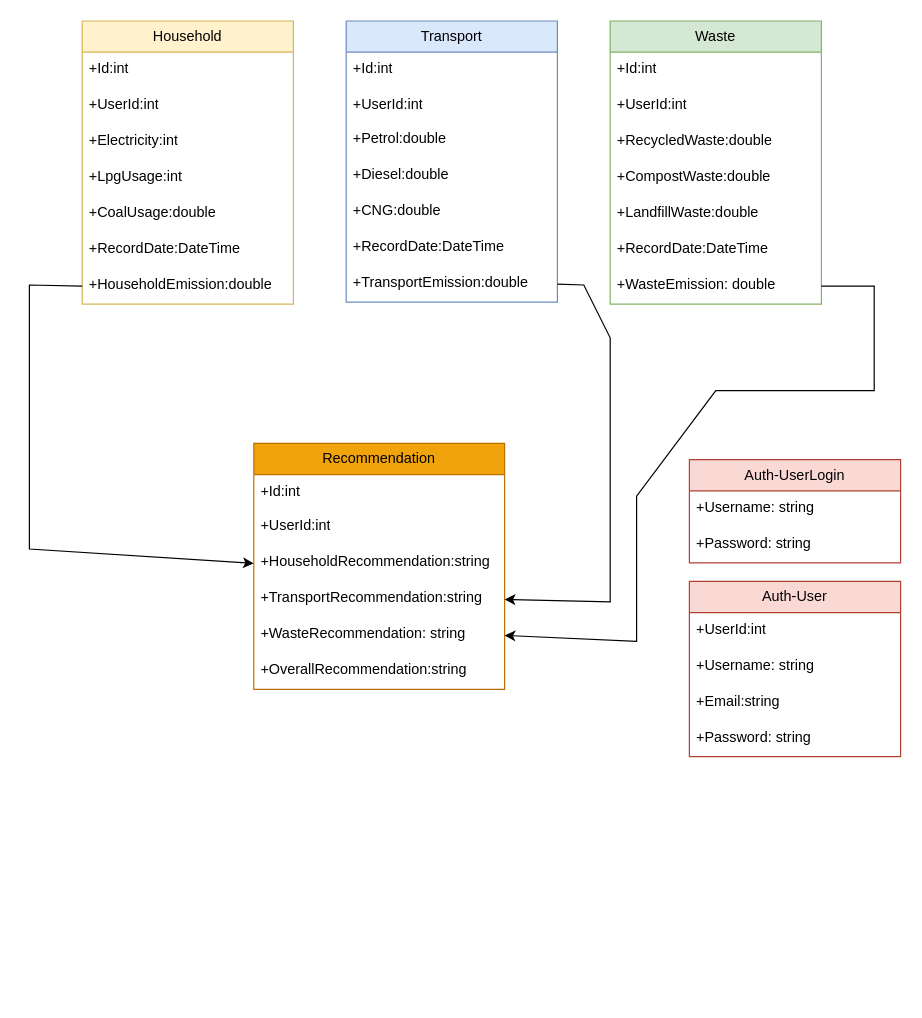
Before: UML Diagrams/class diagram.drawio in 3ismartyash/EcoLife, a draw.io diagram. Source tidied: cells renumbered, new cells numbered last; positions are measured from the earlier drawing's top-left corner, leaving out a move shared by most shapes. Both pictures are drawn from the tidied source at 120%, with x=0, y=0 at pixel (29, 20).
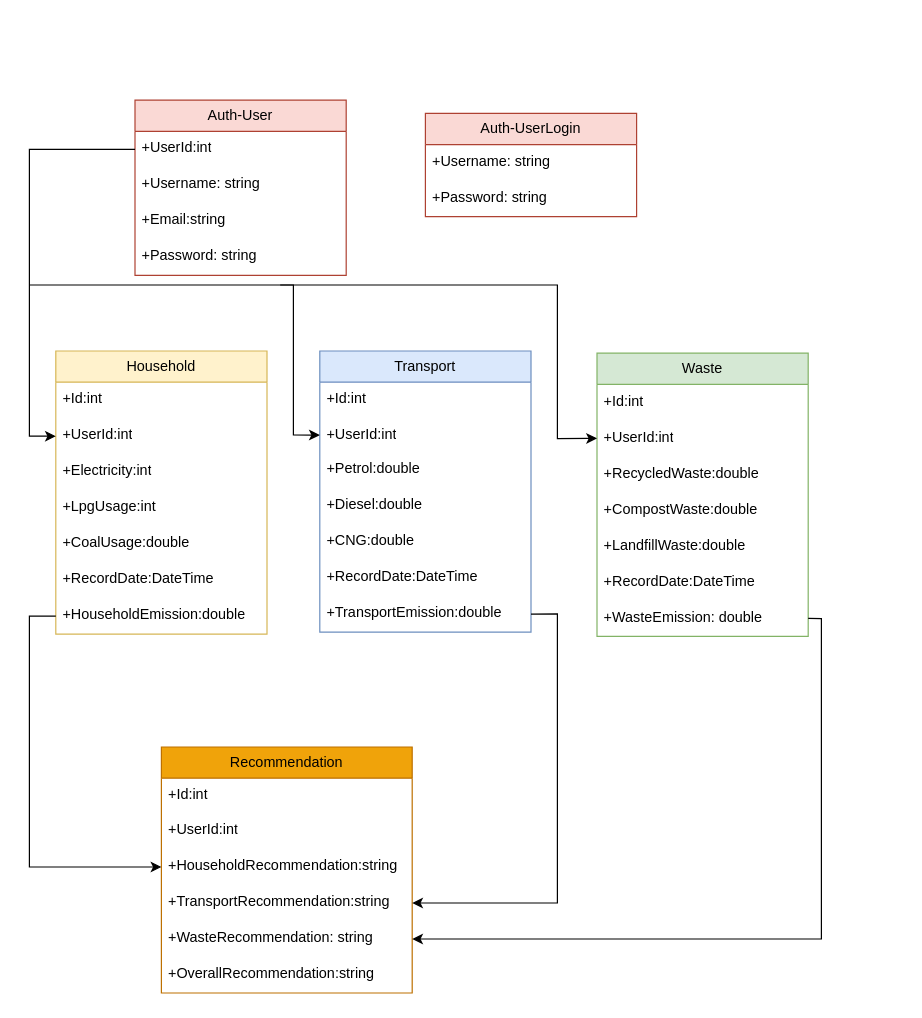
The same diagram, later.

Commit message (it also covers changes not shown here):
added uml diagrams

Unchanged cells that the change refers to:
```xml
<mxCell id="4" value="+UserId:int" style="text;strokeColor=none;fillColor=none;align=left;verticalAlign=top;spacingLeft=4;spacingRight=4;overflow=hidden;points=[[0,0.5],[1,0.5]];portConstraint=eastwest;whiteSpace=wrap;html=1;" parent="2" vertex="1">
  <mxGeometry y="56" width="176" height="30" as="geometry" />
</mxCell>
<mxCell id="9" value="+HouseholdEmission:double" style="text;strokeColor=none;fillColor=none;align=left;verticalAlign=top;spacingLeft=4;spacingRight=4;overflow=hidden;points=[[0,0.5],[1,0.5]];portConstraint=eastwest;whiteSpace=wrap;html=1;" parent="2" vertex="1">
  <mxGeometry y="206" width="176" height="30" as="geometry" />
</mxCell>
<mxCell id="12" value="+UserId:int" style="text;strokeColor=none;fillColor=none;align=left;verticalAlign=top;spacingLeft=4;spacingRight=4;overflow=hidden;points=[[0,0.5],[1,0.5]];portConstraint=eastwest;whiteSpace=wrap;html=1;" parent="10" vertex="1">
  <mxGeometry y="56" width="176" height="28.2" as="geometry" />
</mxCell>
<mxCell id="17" value="+TransportEmission:double" style="text;strokeColor=none;fillColor=none;align=left;verticalAlign=top;spacingLeft=4;spacingRight=4;overflow=hidden;points=[[0,0.5],[1,0.5]];portConstraint=eastwest;whiteSpace=wrap;html=1;" parent="10" vertex="1">
  <mxGeometry y="204.2" width="176" height="30" as="geometry" />
</mxCell>
<mxCell id="20" value="+UserId:int" style="text;strokeColor=none;fillColor=none;align=left;verticalAlign=top;spacingLeft=4;spacingRight=4;overflow=hidden;points=[[0,0.5],[1,0.5]];portConstraint=eastwest;whiteSpace=wrap;html=1;" parent="18" vertex="1">
  <mxGeometry y="56" width="176" height="30" as="geometry" />
</mxCell>
<mxCell id="25" value="+Waste&lt;span class=&quot;hljs-attr&quot;&gt;Emission:&lt;/span&gt; &lt;span class=&quot;hljs-string&quot;&gt;double&lt;/span&gt;" style="text;strokeColor=none;fillColor=none;align=left;verticalAlign=top;spacingLeft=4;spacingRight=4;overflow=hidden;points=[[0,0.5],[1,0.5]];portConstraint=eastwest;whiteSpace=wrap;html=1;" parent="18" vertex="1">
  <mxGeometry y="206" width="176" height="30" as="geometry" />
</mxCell>
<mxCell id="29" value="+HouseholdRecommendation:string" style="text;strokeColor=none;fillColor=none;align=left;verticalAlign=top;spacingLeft=4;spacingRight=4;overflow=hidden;points=[[0,0.5],[1,0.5]];portConstraint=eastwest;whiteSpace=wrap;html=1;" parent="26" vertex="1">
  <mxGeometry y="85" width="209" height="30" as="geometry" />
</mxCell>
<mxCell id="30" value="+TransportRecommendation:string" style="text;strokeColor=none;fillColor=none;align=left;verticalAlign=top;spacingLeft=4;spacingRight=4;overflow=hidden;points=[[0,0.5],[1,0.5]];portConstraint=eastwest;whiteSpace=wrap;html=1;" parent="26" vertex="1">
  <mxGeometry y="115" width="209" height="30" as="geometry" />
</mxCell>
<mxCell id="31" value="&lt;div&gt;+Waste&lt;span class=&quot;hljs-attr&quot;&gt;Recommendation:&lt;/span&gt;&amp;nbsp;string&lt;/div&gt;" style="text;strokeColor=none;fillColor=none;align=left;verticalAlign=top;spacingLeft=4;spacingRight=4;overflow=hidden;points=[[0,0.5],[1,0.5]];portConstraint=eastwest;whiteSpace=wrap;html=1;" parent="26" vertex="1">
  <mxGeometry y="145" width="209" height="30" as="geometry" />
</mxCell>
<mxCell id="34" value="+UserId:int" style="text;strokeColor=none;fillColor=none;align=left;verticalAlign=top;spacingLeft=4;spacingRight=4;overflow=hidden;points=[[0,0.5],[1,0.5]];portConstraint=eastwest;whiteSpace=wrap;html=1;" parent="33" vertex="1">
  <mxGeometry y="26" width="176" height="30" as="geometry" />
</mxCell>
```

Change to the diagram source:
```diff
@@
     <mxCell id="2" value="Household" style="swimlane;fontStyle=0;horizontal=1;startSize=26;fillColor=#fff2cc;whiteSpace=wrap;html=1;strokeColor=#d6b656;" parent="1" vertex="1">
-      <mxGeometry x="44" width="176" height="236" as="geometry" />
+      <mxGeometry x="22" y="275" width="176" height="236" as="geometry" />
     </mxCell>
@@
     <mxCell id="10" value="Transport" style="swimlane;fontStyle=0;horizontal=1;startSize=26;fillColor=#dae8fc;whiteSpace=wrap;html=1;strokeColor=#6c8ebf;" parent="1" vertex="1">
-      <mxGeometry x="264" width="176" height="234.2" as="geometry" />
+      <mxGeometry x="242" y="275" width="176" height="234.2" as="geometry" />
     </mxCell>
@@
     <mxCell id="18" value="Waste" style="swimlane;fontStyle=0;horizontal=1;startSize=26;fillColor=#d5e8d4;whiteSpace=wrap;html=1;strokeColor=#82b366;" parent="1" vertex="1">
-      <mxGeometry x="484" width="176" height="236" as="geometry" />
+      <mxGeometry x="473" y="276.8" width="176" height="236" as="geometry" />
     </mxCell>
@@
     <mxCell id="26" value="Recommendation" style="swimlane;fontStyle=0;horizontal=1;startSize=26;fillColor=#f0a30a;whiteSpace=wrap;html=1;fontColor=#000000;strokeColor=#BD7000;" parent="1" vertex="1">
-      <mxGeometry x="187" y="352" width="209" height="205" as="geometry" />
+      <mxGeometry x="110" y="605" width="209" height="205" as="geometry" />
     </mxCell>
@@
     <mxCell id="33" value="Auth-User" style="swimlane;fontStyle=0;horizontal=1;startSize=26;fillColor=#fad9d5;whiteSpace=wrap;html=1;strokeColor=#ae4132;" parent="1" vertex="1">
-      <mxGeometry x="550" y="467" width="176" height="146" as="geometry" />
+      <mxGeometry x="88" y="66" width="176" height="146" as="geometry" />
     </mxCell>
@@
     <mxCell id="38" value="Auth-UserLogin" style="swimlane;fontStyle=0;horizontal=1;startSize=26;fillColor=#fad9d5;whiteSpace=wrap;html=1;strokeColor=#ae4132;" parent="1" vertex="1">
-      <mxGeometry x="550" y="365.5" width="176" height="86" as="geometry" />
+      <mxGeometry x="330" y="77" width="176" height="86" as="geometry" />
     </mxCell>
@@
     <mxCell id="41" style="endArrow=classic;html=1;rounded=0;exitX=0;exitY=0.5;exitDx=0;exitDy=0;entryX=0;entryY=0.5;entryDx=0;entryDy=0;" parent="1" edge="1" source="9" target="29">
       <mxGeometry relative="1" as="geometry">
         <Array as="points">
-          <mxPoint y="220" />
-          <mxPoint y="308" />
-          <mxPoint y="440" />
+          <mxPoint y="496" />
+          <mxPoint y="705" />
         </Array>
       </mxGeometry>
     </mxCell>
     <mxCell id="42" style="endArrow=classic;html=1;rounded=0;exitX=1;exitY=0.5;exitDx=0;exitDy=0;entryX=1;entryY=0.5;entryDx=0;entryDy=0;" parent="1" edge="1" source="17" target="30">
       <mxGeometry relative="1" as="geometry">
         <Array as="points">
-          <mxPoint x="462" y="220" />
-          <mxPoint x="484" y="264" />
-          <mxPoint x="484" y="407" />
-          <mxPoint x="484" y="484" />
+          <mxPoint x="440" y="494" />
+          <mxPoint x="440" y="735" />
         </Array>
       </mxGeometry>
     </mxCell>
     <mxCell id="43" style="endArrow=classic;html=1;rounded=0;entryX=1;entryY=0.5;entryDx=0;entryDy=0;exitX=1;exitY=0.5;exitDx=0;exitDy=0;" parent="1" edge="1" source="25" target="31">
       <mxGeometry relative="1" as="geometry">
         <Array as="points">
-          <mxPoint x="704" y="221" />
-          <mxPoint x="704" y="308" />
-          <mxPoint x="572" y="308" />
-          <mxPoint x="539" y="352" />
-          <mxPoint x="506" y="396" />
-          <mxPoint x="506" y="429" />
-          <mxPoint x="506" y="517" />
+          <mxPoint x="660" y="498" />
+          <mxPoint x="660" y="765" />
         </Array>
       </mxGeometry>
     </mxCell>
+    <mxCell id="44" style="endArrow=classic;html=1;rounded=0;exitX=0;exitY=0.5;exitDx=0;exitDy=0;entryX=0;entryY=0.5;entryDx=0;entryDy=0;" parent="1" edge="1" source="34" target="4">
+      <mxGeometry relative="1" as="geometry">
+        <Array as="points">
+          <mxPoint y="107" />
+          <mxPoint y="346" />
+        </Array>
+      </mxGeometry>
+    </mxCell>
+    <mxCell id="45" style="endArrow=classic;html=1;rounded=0;entryX=0;entryY=0.5;entryDx=0;entryDy=0;" parent="1" edge="1" target="12">
+      <mxGeometry relative="1" as="geometry">
+        <mxPoint y="220" as="sourcePoint" />
+        <Array as="points">
+          <mxPoint x="11" y="220" />
+          <mxPoint x="220" y="220" />
+          <mxPoint x="220" y="345" />
+        </Array>
+      </mxGeometry>
+    </mxCell>
+    <mxCell id="46" style="endArrow=classic;html=1;rounded=0;entryX=0;entryY=0.5;entryDx=0;entryDy=0;" parent="1" edge="1" target="20">
+      <mxGeometry relative="1" as="geometry">
+        <mxPoint x="209" y="220" as="sourcePoint" />
+        <Array as="points">
+          <mxPoint x="440" y="220" />
+          <mxPoint x="440" y="348" />
+        </Array>
+      </mxGeometry>
+    </mxCell>
```
